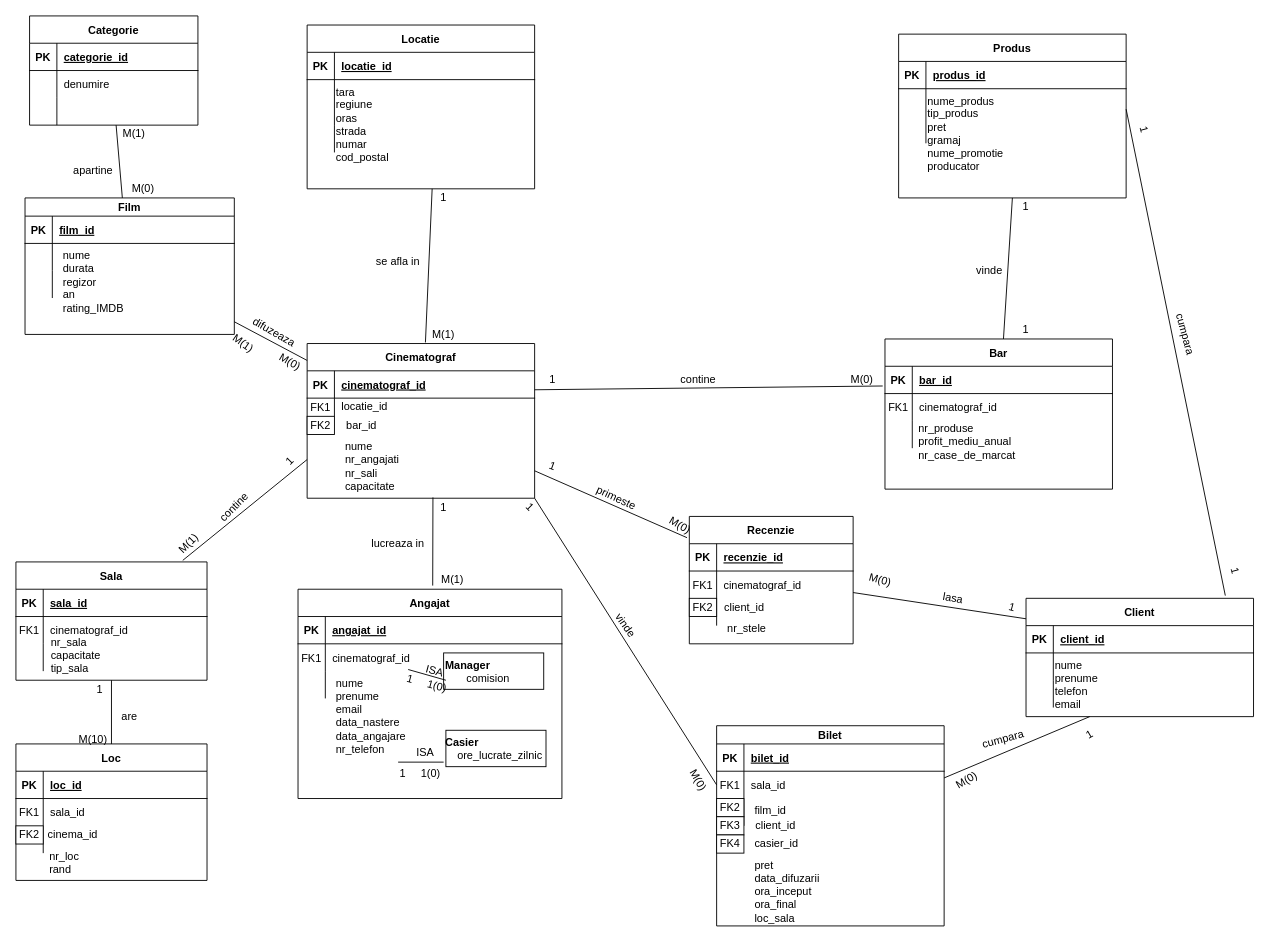
This is Databases/Project/BucharestCinemas.drawio from Swizop/uni-work, a draw.io file, before an edit. Source tidied: cells renumbered, new cells numbered last; positions are measured from the earlier drawing's top-left corner, leaving out a move shared by most shapes. Both pictures are drawn from the tidied source at 91%, with x=0, y=0 at pixel (15, 15).
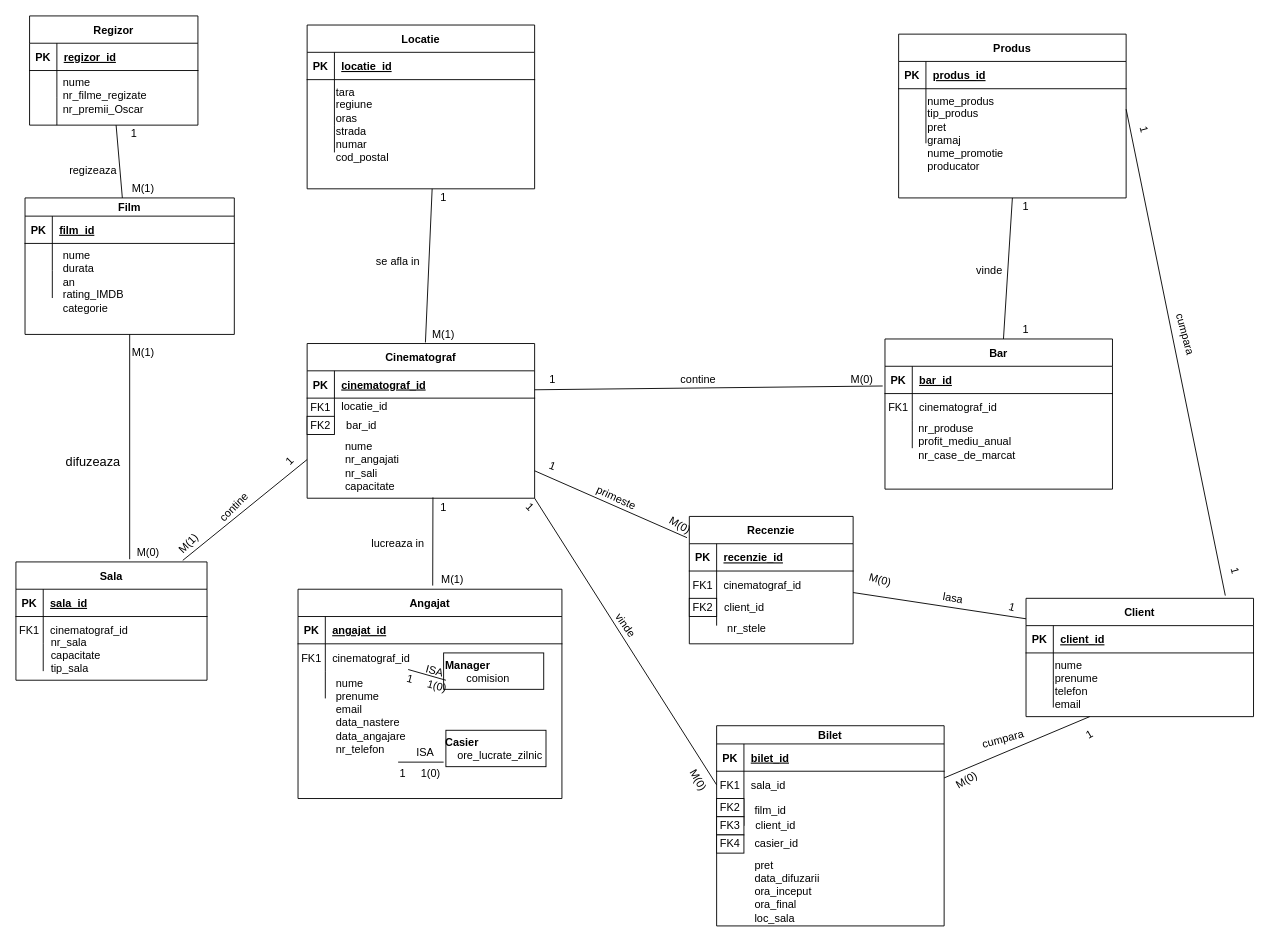
Above is the later version.

The change refers to these unchanged cells:
```xml
<mxCell id="22" value="Cinematograf" style="shape=table;startSize=30;childLayout=tableLayout;rowLines=0;fontStyle=1;align=center;" parent="1" vertex="1">
  <mxGeometry x="320" y="360" width="250" height="170" as="geometry" />
</mxCell>
<mxCell id="129" value="Sala" style="shape=table;startSize=30;childLayout=tableLayout;rowLines=0;fontStyle=1;align=center;" parent="1" vertex="1">
  <mxGeometry y="600" width="210" height="130" as="geometry" />
</mxCell>
<mxCell id="161" value="Film" style="shape=table;startSize=20;childLayout=tableLayout;rowLines=0;fontStyle=1;align=center;" parent="1" vertex="1">
  <mxGeometry x="10" y="200" width="230" height="150" as="geometry" />
</mxCell>
<mxCell id="192" style="shape=partialRectangle;fillColor=none;top=0;left=0;right=0;bottom=1;" parent="191" vertex="1">
  <mxGeometry y="30" width="185" height="30" as="geometry" />
</mxCell>
<mxCell id="195" style="shape=partialRectangle;fillColor=none;top=0;left=0;right=0;bottom=0;" parent="191" vertex="1">
  <mxGeometry y="60" width="185" height="30" as="geometry" />
</mxCell>
```

Diff of the diagram source:
```diff
@@
-    <mxCell id="144" style="endArrow=none;html=1;entryX=0.5;entryY=0;entryDx=0;entryDy=0;" parent="1" edge="1" source="129" target="145">
-      <mxGeometry relative="1" as="geometry" />
-    </mxCell>
-    <mxCell id="145" value="Loc" style="shape=table;startSize=30;childLayout=tableLayout;rowLines=0;fontStyle=1;align=center;" parent="1" vertex="1">
-      <mxGeometry y="800" width="210" height="150" as="geometry" />
-    </mxCell>
-    <mxCell id="146" style="shape=partialRectangle;fillColor=none;top=0;left=0;right=0;bottom=1;" parent="145" vertex="1">
-      <mxGeometry y="30" width="210" height="30" as="geometry" />
-    </mxCell>
-    <mxCell id="147" value="PK" style="shape=partialRectangle;overflow=hidden;fillColor=none;top=0;left=0;bottom=0;right=0;fontStyle=1;" parent="146" vertex="1">
-      <mxGeometry width="30" height="30" as="geometry" />
-    </mxCell>
-    <mxCell id="148" value="loc_id" style="shape=partialRectangle;overflow=hidden;fillColor=none;top=0;left=0;bottom=0;right=0;align=left;spacingLeft=6;fontStyle=5;" parent="146" vertex="1">
-      <mxGeometry x="30" width="180" height="30" as="geometry" />
-    </mxCell>
-    <mxCell id="149" style="shape=partialRectangle;fillColor=none;top=0;left=0;right=0;bottom=0;" parent="145" vertex="1">
-      <mxGeometry y="60" width="210" height="30" as="geometry" />
-    </mxCell>
-    <mxCell id="150" value="FK1" style="shape=partialRectangle;overflow=hidden;fillColor=none;top=0;left=0;bottom=0;right=0;" parent="149" vertex="1">
-      <mxGeometry width="30" height="30" as="geometry" />
-    </mxCell>
-    <mxCell id="151" value="sala_id" style="shape=partialRectangle;overflow=hidden;fillColor=none;top=0;left=0;bottom=0;right=0;align=left;spacingLeft=6;" parent="149" vertex="1">
-      <mxGeometry x="30" width="180" height="30" as="geometry" />
-    </mxCell>
-    <mxCell id="152" style="shape=partialRectangle;fillColor=none;top=0;left=0;right=0;bottom=0;" parent="145" vertex="1">
-      <mxGeometry y="90" width="210" height="30" as="geometry" />
-    </mxCell>
-    <mxCell id="153" style="shape=partialRectangle;overflow=hidden;fillColor=none;top=0;left=0;bottom=0;right=0;" parent="152" vertex="1">
-      <mxGeometry width="30" height="30" as="geometry" />
-    </mxCell>
-    <mxCell id="154" style="shape=partialRectangle;overflow=hidden;fillColor=none;top=0;left=0;bottom=0;right=0;align=left;spacingLeft=6;" parent="152" vertex="1">
-      <mxGeometry x="30" width="180" height="30" as="geometry" />
-    </mxCell>
-    <mxCell id="155" value="FK2" style="rounded=0;whiteSpace=wrap;html=1;" parent="1" vertex="1">
-      <mxGeometry y="890" width="30" height="20" as="geometry" />
-    </mxCell>
-    <mxCell id="156" value="&amp;nbsp;cinema_id" style="text;html=1;strokeColor=none;fillColor=none;align=left;verticalAlign=middle;whiteSpace=wrap;rounded=0;" parent="1" vertex="1">
-      <mxGeometry x="30" y="890" width="180" height="20" as="geometry" />
-    </mxCell>
-    <mxCell id="157" value="nr_loc&lt;br&gt;rand" style="text;html=1;strokeColor=none;fillColor=none;align=left;verticalAlign=top;whiteSpace=wrap;rounded=0;" parent="1" vertex="1">
-      <mxGeometry x="35" y="910" width="175" height="40" as="geometry" />
-    </mxCell>
-    <mxCell id="158" value="are" style="text;html=1;strokeColor=none;fillColor=none;align=center;verticalAlign=middle;whiteSpace=wrap;rounded=0;" parent="1" vertex="1">
-      <mxGeometry x="105" y="760" width="40" height="20" as="geometry" />
-    </mxCell>
-    <mxCell id="159" value="M(10)" style="text;html=1;strokeColor=none;fillColor=none;align=center;verticalAlign=middle;whiteSpace=wrap;rounded=0;" parent="1" vertex="1">
-      <mxGeometry x="65" y="790" width="40" height="10" as="geometry" />
-    </mxCell>
-    <mxCell id="160" value="1" style="text;html=1;strokeColor=none;fillColor=none;align=center;verticalAlign=middle;whiteSpace=wrap;rounded=0;" parent="1" vertex="1">
-      <mxGeometry x="80" y="730" width="25" height="20" as="geometry" />
-    </mxCell>
@@
-    <mxCell id="171" value="nume&lt;br&gt;durata&lt;br&gt;regizor&lt;br&gt;an&lt;br&gt;rating_IMDB" style="text;html=1;strokeColor=none;fillColor=none;align=left;verticalAlign=top;whiteSpace=wrap;rounded=0;" parent="1" vertex="1">
+    <mxCell id="171" value="nume&lt;br&gt;durata&lt;br&gt;an&lt;br&gt;rating_IMDB&lt;br&gt;categorie" style="text;html=1;strokeColor=none;fillColor=none;align=left;verticalAlign=top;whiteSpace=wrap;rounded=0;" parent="1" vertex="1">
       <mxGeometry x="50" y="250" width="190" height="100" as="geometry" />
     </mxCell>
-    <mxCell id="172" style="endArrow=none;html=1;" parent="1" edge="1" source="22" target="161">
-      <mxGeometry relative="1" as="geometry" />
-    </mxCell>
-    <mxCell id="173" value="difuzeaza" style="text;html=1;strokeColor=none;fillColor=none;align=center;verticalAlign=middle;whiteSpace=wrap;rounded=0;rotation=30;" parent="1" vertex="1">
-      <mxGeometry x="259.3" y="337.5" width="50" height="20" as="geometry" />
+    <mxCell id="173" value="difuzeaza" style="text;html=1;strokeColor=none;fillColor=none;align=center;verticalAlign=middle;whiteSpace=wrap;rounded=0;rotation=0;fontSize=14;" parent="1" vertex="1">
+      <mxGeometry x="50" y="475" width="70" height="30" as="geometry" />
     </mxCell>
-    <mxCell id="174" value="M(1)" style="text;html=1;strokeColor=none;fillColor=none;align=center;verticalAlign=middle;whiteSpace=wrap;rounded=0;rotation=35;" parent="1" vertex="1">
-      <mxGeometry x="240" y="350" width="20" height="20" as="geometry" />
+    <mxCell id="174" value="M(1)" style="text;html=1;strokeColor=none;fillColor=none;align=center;verticalAlign=middle;whiteSpace=wrap;rounded=0;rotation=0;" parent="1" vertex="1">
+      <mxGeometry x="130" y="360" width="20" height="20" as="geometry" />
     </mxCell>
-    <mxCell id="175" value="M(0)" style="text;html=1;strokeColor=none;fillColor=none;align=center;verticalAlign=middle;whiteSpace=wrap;rounded=0;rotation=30;" parent="1" vertex="1">
-      <mxGeometry x="286.5" y="370" width="28.5" height="20" as="geometry" />
+    <mxCell id="175" value="M(0)" style="text;html=1;strokeColor=none;fillColor=none;align=center;verticalAlign=middle;whiteSpace=wrap;rounded=0;rotation=0;" parent="1" vertex="1">
+      <mxGeometry x="130.7" y="580" width="28.5" height="20" as="geometry" />
     </mxCell>
@@
-    <mxCell id="191" value="Categorie" style="shape=table;startSize=30;childLayout=tableLayout;rowLines=0;fontStyle=1;align=center;" parent="1" vertex="1">
+    <mxCell id="191" value="Regizor" style="shape=table;startSize=30;childLayout=tableLayout;rowLines=0;fontStyle=1;align=center;" parent="1" vertex="1">
       <mxGeometry x="15" width="185" height="120" as="geometry" />
     </mxCell>
@@
-    <mxCell id="194" value="categorie_id" style="shape=partialRectangle;overflow=hidden;fillColor=none;top=0;left=0;bottom=0;right=0;align=left;spacingLeft=6;fontStyle=5;" parent="192" vertex="1">
+    <mxCell id="194" value="regizor_id" style="shape=partialRectangle;overflow=hidden;fillColor=none;top=0;left=0;bottom=0;right=0;align=left;spacingLeft=6;fontStyle=5;" parent="192" vertex="1">
       <mxGeometry x="30" width="155" height="30" as="geometry" />
     </mxCell>
@@
-    <mxCell id="197" value="denumire" style="shape=partialRectangle;overflow=hidden;fillColor=none;top=0;left=0;bottom=0;right=0;align=left;spacingLeft=6;" parent="195" vertex="1">
+    <mxCell id="197" style="shape=partialRectangle;overflow=hidden;fillColor=none;top=0;left=0;bottom=0;right=0;align=left;spacingLeft=6;" parent="195" vertex="1">
       <mxGeometry x="30" width="155" height="30" as="geometry" />
     </mxCell>
@@
-    <mxCell id="202" value="apartine" style="text;html=1;strokeColor=none;fillColor=none;align=center;verticalAlign=middle;whiteSpace=wrap;rounded=0;" parent="1" vertex="1">
+    <mxCell id="202" value="regizeaza" style="text;html=1;strokeColor=none;fillColor=none;align=center;verticalAlign=middle;whiteSpace=wrap;rounded=0;" parent="1" vertex="1">
       <mxGeometry x="65" y="160" width="40" height="20" as="geometry" />
     </mxCell>
-    <mxCell id="203" value="M(1)" style="text;html=1;strokeColor=none;fillColor=none;align=center;verticalAlign=middle;whiteSpace=wrap;rounded=0;" parent="1" vertex="1">
+    <mxCell id="203" value="1" style="text;html=1;strokeColor=none;fillColor=none;align=center;verticalAlign=middle;whiteSpace=wrap;rounded=0;" parent="1" vertex="1">
       <mxGeometry x="110" y="120" width="40" height="20" as="geometry" />
     </mxCell>
-    <mxCell id="204" value="M(0)" style="text;html=1;strokeColor=none;fillColor=none;align=center;verticalAlign=middle;whiteSpace=wrap;rounded=0;" parent="1" vertex="1">
+    <mxCell id="204" value="M(1)" style="text;html=1;strokeColor=none;fillColor=none;align=center;verticalAlign=middle;whiteSpace=wrap;rounded=0;" parent="1" vertex="1">
       <mxGeometry x="120" y="180" width="40" height="20" as="geometry" />
     </mxCell>
@@
+    <mxCell id="206" value="nume&lt;br&gt;nr_filme_regizate&lt;br&gt;nr_premii_Oscar" style="text;html=1;strokeColor=none;fillColor=none;align=left;verticalAlign=top;whiteSpace=wrap;rounded=0;" parent="1" vertex="1">
+      <mxGeometry x="50" y="60" width="150" height="60" as="geometry" />
+    </mxCell>
+    <mxCell id="207" style="endArrow=none;html=1;" parent="1" edge="1" target="161">
+      <mxGeometry relative="1" as="geometry">
+        <mxPoint x="125" y="597" as="sourcePoint" />
+      </mxGeometry>
+    </mxCell>
```
